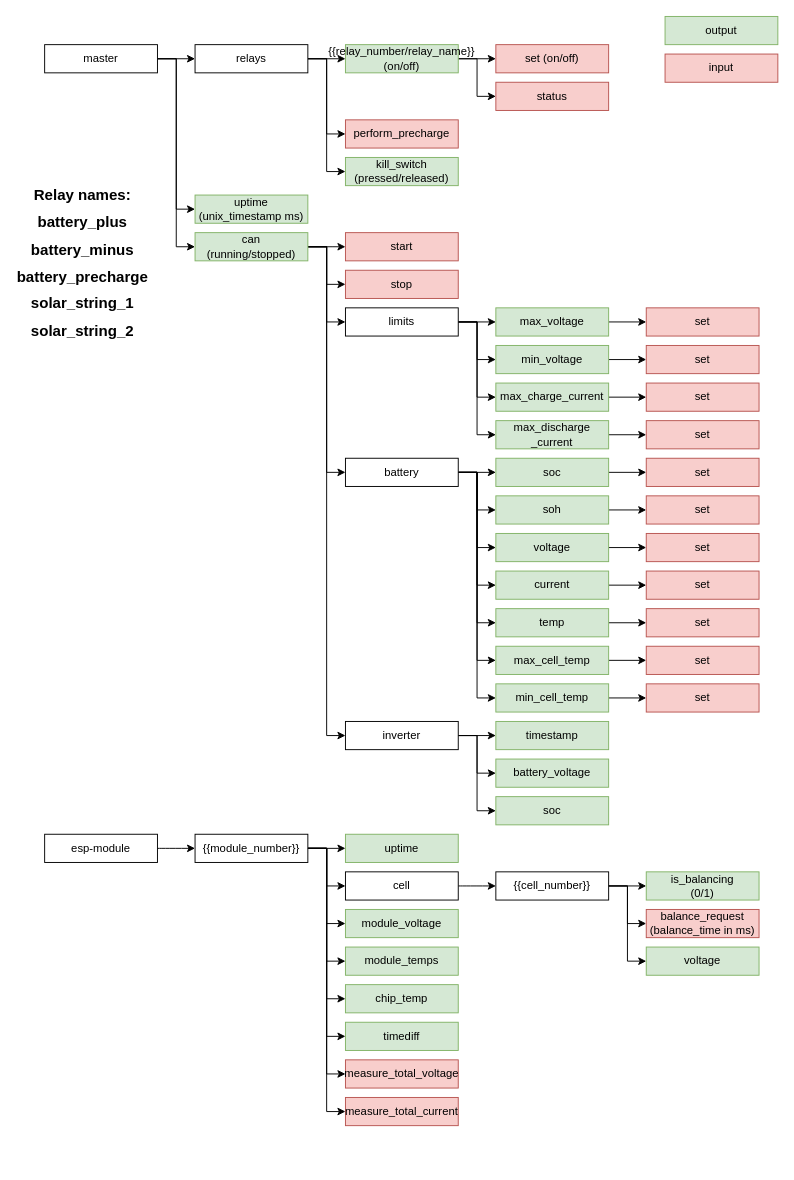
This is mqtt_topics.drawio from SunshadeCorp/EasyBMS-master, a draw.io file, before an edit. Source tidied: cells renumbered, new cells numbered last; positions are measured from the earlier drawing's top-left corner, leaving out a move shared by most shapes. Both pictures are drawn from the tidied source at 94%, with x=0, y=0 at pixel (35, 16).
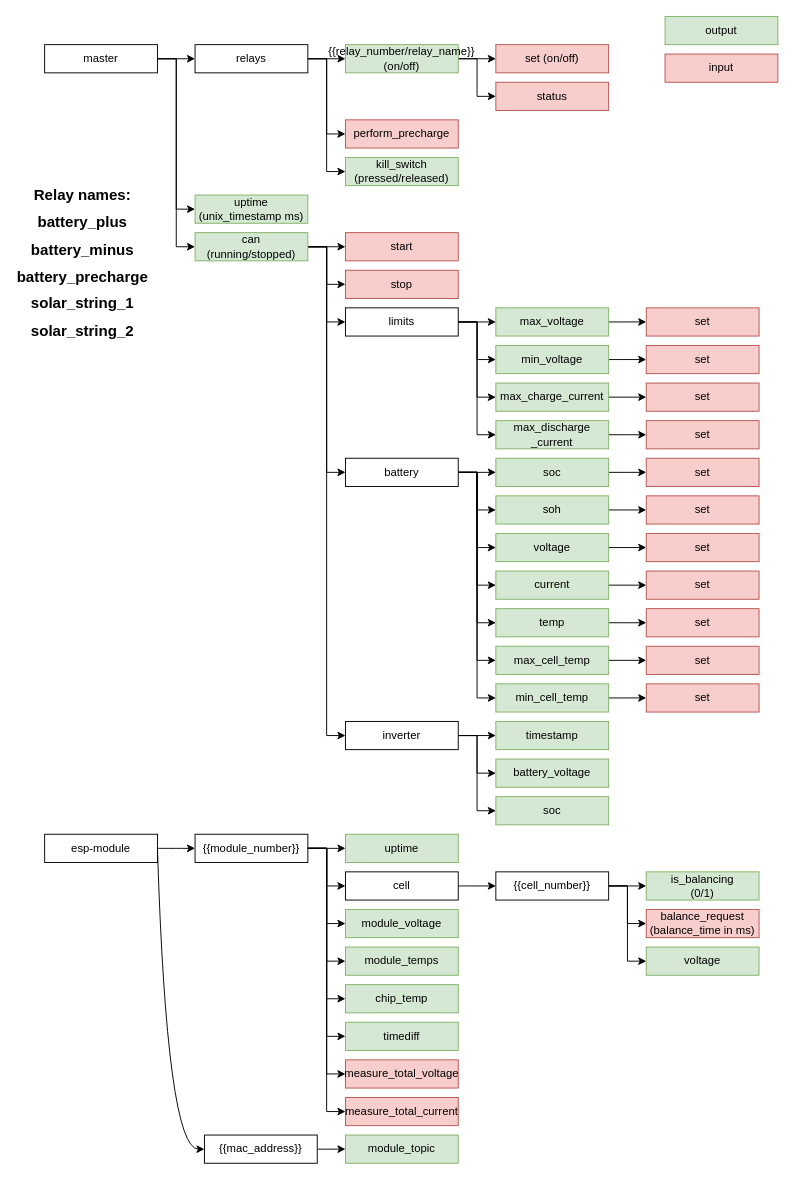
The same page after the edit.

The change refers to these unchanged cells:
```xml
<mxCell id="102" value="esp-module" style="rounded=0;whiteSpace=wrap;html=1;" parent="1" vertex="1">
  <mxGeometry x="10" y="870" width="120" height="30" as="geometry" />
</mxCell>
```

What changed in the source:
```diff
@@
+    <mxCell id="109" value="module_topic" style="rounded=0;whiteSpace=wrap;html=1;fillColor=#d5e8d4;strokeColor=#82b366;" parent="1" vertex="1">
+      <mxGeometry x="330" y="1190" width="120" height="30" as="geometry" />
+    </mxCell>
+    <mxCell id="110" value="{{mac_address}}" style="rounded=0;whiteSpace=wrap;html=1;" parent="1" vertex="1">
+      <mxGeometry x="180" y="1190" width="120" height="30" as="geometry" />
+    </mxCell>
+    <mxCell id="111" style="edgeStyle=none;curved=1;rounded=0;jettySize=auto;html=1;exitX=1;exitY=0.5;exitDx=0;exitDy=0;endArrow=classic;entryX=0;entryY=0.5;entryDx=0;entryDy=0;" parent="1" edge="1" source="102" target="110">
+      <mxGeometry relative="1" as="geometry">
+        <Array as="points">
+          <mxPoint x="140" y="1205" />
+        </Array>
+      </mxGeometry>
+    </mxCell>
+    <mxCell id="112" style="edgeStyle=none;curved=1;rounded=0;jettySize=auto;html=1;exitX=1;exitY=0.5;exitDx=0;exitDy=0;entryX=0;entryY=0.5;entryDx=0;entryDy=0;endArrow=classic;" parent="1" edge="1" source="110" target="109">
+      <mxGeometry relative="1" as="geometry" />
+    </mxCell>
```
